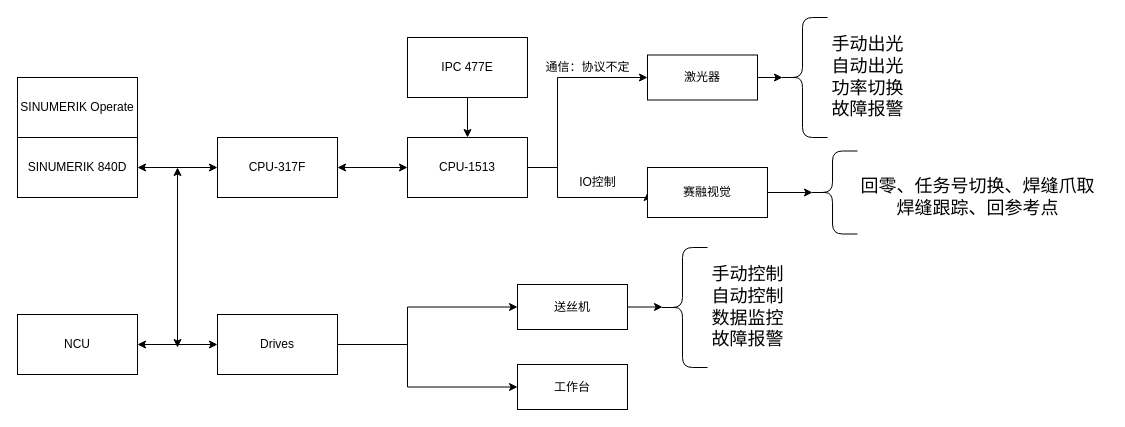
This is 840d.drawio from skyuzadv/diagram, a draw.io file, before an edit. Source tidied: cells renumbered, new cells numbered last; positions are measured from the earlier drawing's top-left corner, leaving out a move shared by most shapes. Both pictures are drawn from the tidied source at 100%, with x=0, y=0 at pixel (17, 17).
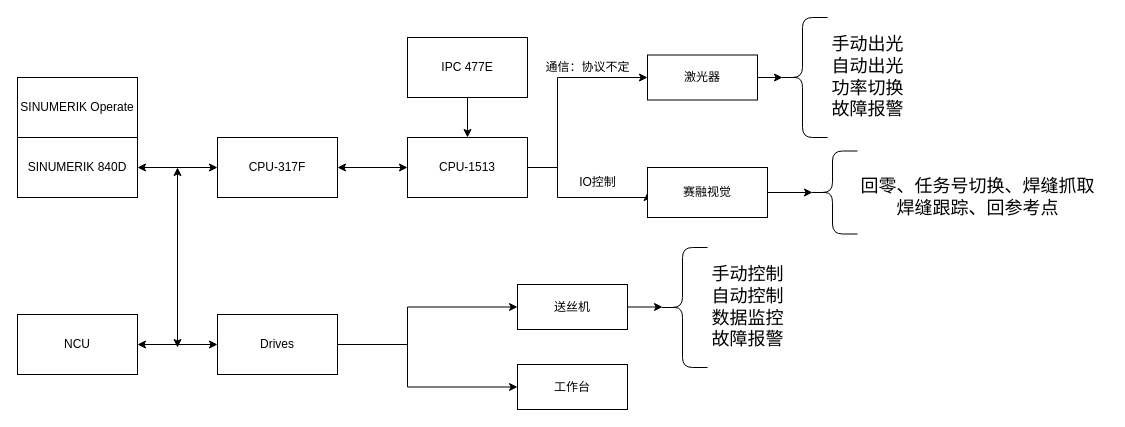
The same diagram, later.

Diff of the diagram source:
```diff
@@
-    <mxCell id="31" value="回零、任务号切换、焊缝爪取&lt;br&gt;焊缝跟踪、回参考点" style="text;html=1;align=center;verticalAlign=middle;strokeColor=none;fillColor=none;fontSize=18;" parent="1" vertex="1">
+    <mxCell id="31" value="回零、任务号切换、焊缝抓取&lt;br&gt;焊缝跟踪、回参考点" style="text;html=1;align=center;verticalAlign=middle;strokeColor=none;fillColor=none;fontSize=18;" parent="1" vertex="1">
       <mxGeometry x="830" y="150" width="260" height="60" as="geometry" />
     </mxCell>
```
